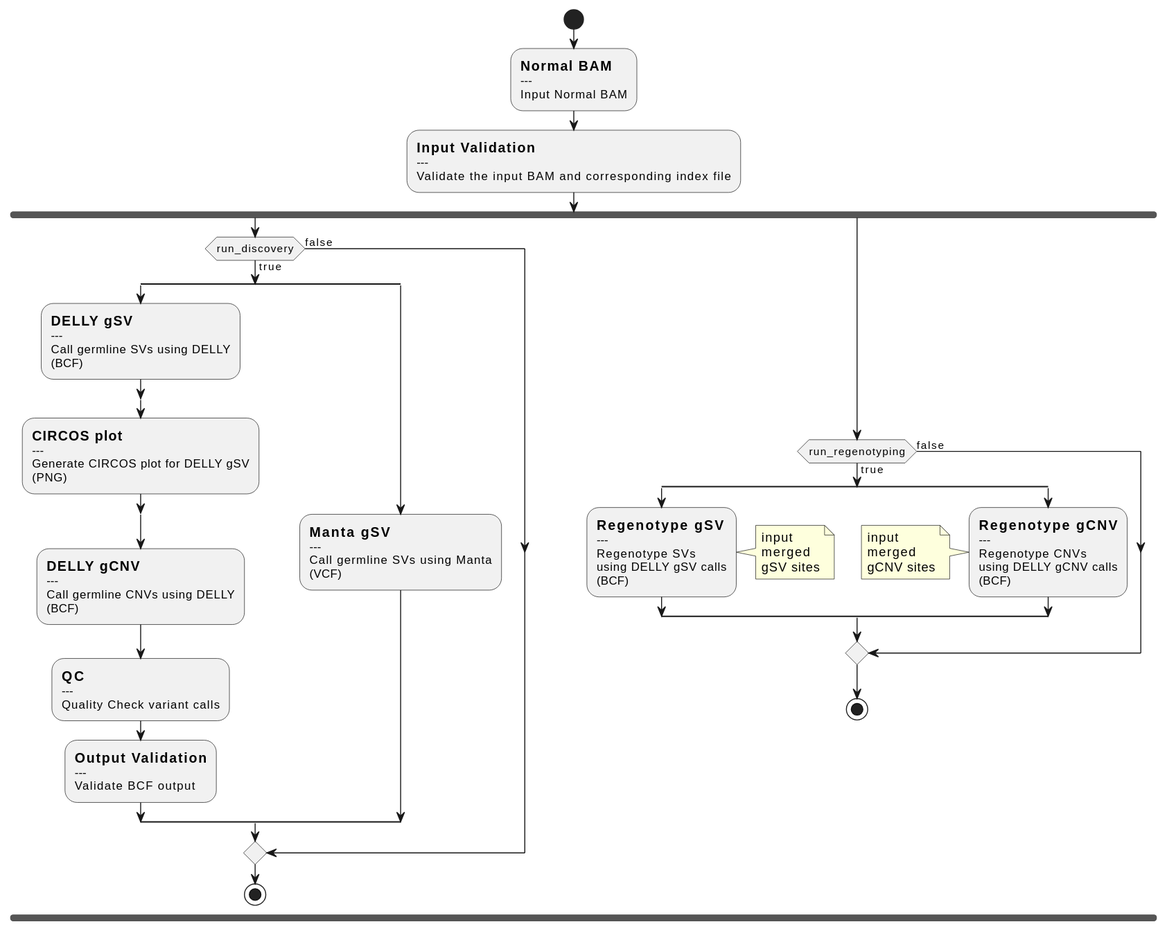
Before: docs/call-gSV.svg, a diagram exported from PlantUML (uclahs-cds/pipeline-call-gSV).
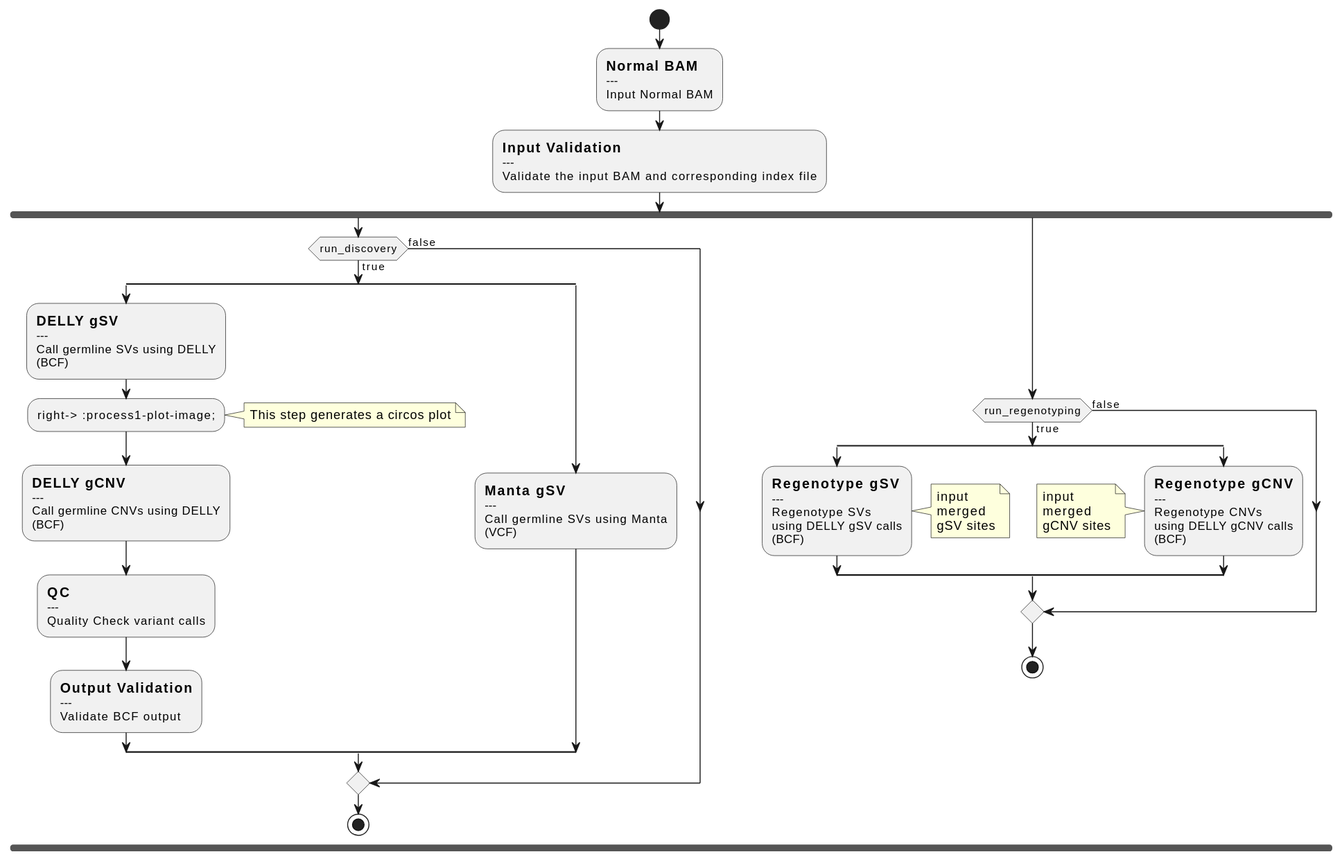
Above is the later version.

The edit, as a diff of the source:
```diff
@@ -16,12 +16,8 @@
         ---
         Call germline SVs using DELLY
         (BCF);
-        split
-            :==CIRCOS plot
-            ---
-            Generate CIRCOS plot for DELLY gSV
-            (PNG);
-        end split
+        -right-> :process1-plot-image;
+        note right: This step generates a circos plot
         :==DELLY gCNV
         ---
         Call germline CNVs using DELLY
```
